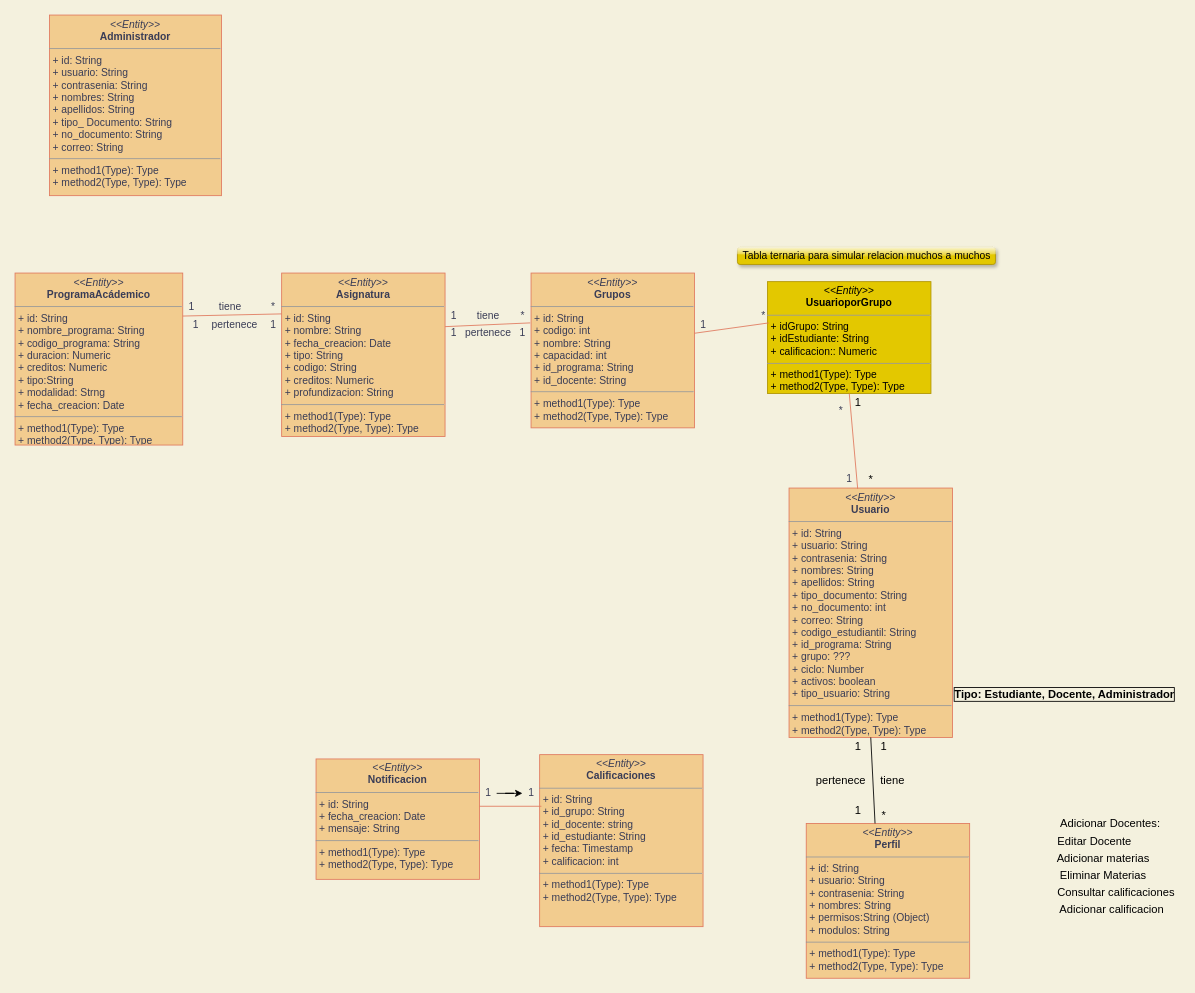
Above: Diagramas/Clases mejorado.drawio in williamvargas7/Ciclo4Personal (draw.io), before the change. Source tidied: cells renumbered, new cells numbered last; positions are measured from the earlier drawing's top-left corner, leaving out a move shared by most shapes. Both pictures are drawn from the tidied source at 86%, with x=0, y=0 at pixel (15, 15).
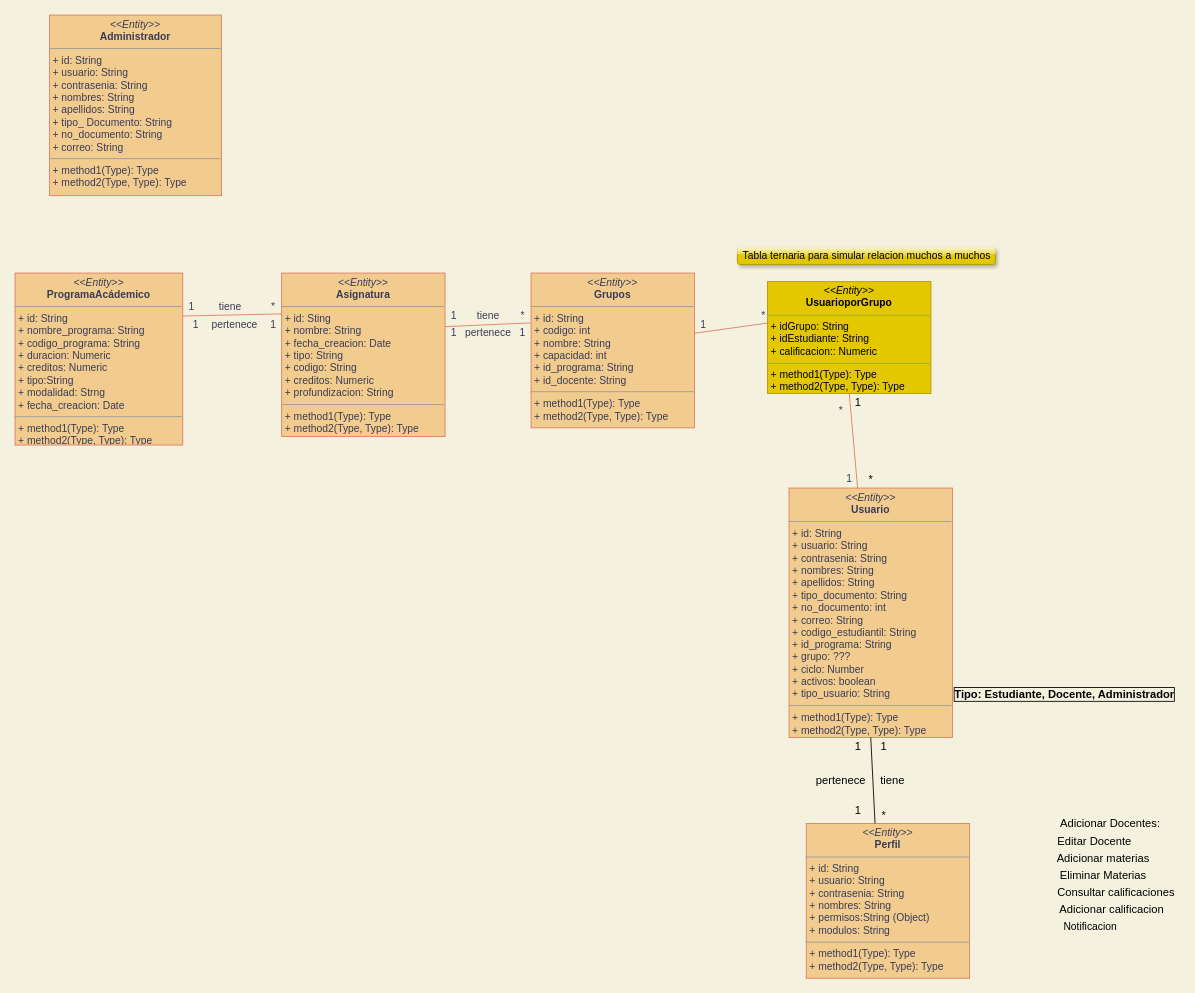
Above is the later version.

Commit message:
Frontend Edufree

Change to the diagram source:
```diff
@@
-    <mxCell id="7" value="&lt;p style=&quot;margin: 0px ; margin-top: 4px ; text-align: center&quot;&gt;&lt;i&gt;&amp;lt;&amp;lt;&lt;/i&gt;&lt;i&gt;Entity&lt;/i&gt;&lt;i&gt;&amp;gt;&amp;gt;&lt;/i&gt;&lt;br&gt;&lt;b&gt;Calificaciones&lt;/b&gt;&lt;/p&gt;&lt;hr size=&quot;1&quot;&gt;&lt;p style=&quot;margin: 0px ; margin-left: 4px&quot;&gt;&lt;span style=&quot;text-align: center&quot;&gt;+ id: String&lt;/span&gt;&lt;br style=&quot;text-align: center&quot;&gt;&lt;span style=&quot;text-align: center&quot;&gt;+ id_grupo: String&lt;/span&gt;&lt;br style=&quot;text-align: center&quot;&gt;&lt;span style=&quot;text-align: center&quot;&gt;+ id_docente: string&lt;/span&gt;&lt;br style=&quot;text-align: center&quot;&gt;&lt;span style=&quot;text-align: center&quot;&gt;+ id_estudiante: String&lt;/span&gt;&lt;br style=&quot;text-align: center&quot;&gt;&lt;span style=&quot;text-align: center&quot;&gt;+ fecha: Timestamp&lt;/span&gt;&lt;br style=&quot;text-align: center&quot;&gt;&lt;span style=&quot;text-align: center&quot;&gt;+ calificacion: int&lt;/span&gt;&lt;br&gt;&lt;/p&gt;&lt;hr size=&quot;1&quot;&gt;&lt;p style=&quot;margin: 0px ; margin-left: 4px&quot;&gt;+ method1(Type): Type&lt;br&gt;+ method2(Type, Type): Type&lt;/p&gt;" style="verticalAlign=top;align=left;overflow=fill;fontSize=12;fontFamily=Helvetica;html=1;fillColor=#F2CC8F;strokeColor=#E07A5F;fontColor=#393C56;" parent="1" vertex="1">
-      <mxGeometry x="610" y="860" width="190" height="200" as="geometry" />
-    </mxCell>
-    <mxCell id="8" value="&lt;p style=&quot;margin: 0px ; margin-top: 4px ; text-align: center&quot;&gt;&lt;i&gt;&amp;lt;&amp;lt;Entity&amp;gt;&amp;gt;&lt;/i&gt;&lt;br&gt;&lt;b&gt;Notificacion&lt;/b&gt;&lt;/p&gt;&lt;hr size=&quot;1&quot;&gt;&lt;p style=&quot;margin: 0px ; margin-left: 4px&quot;&gt;+ id: String&lt;br&gt;+ fecha_creacion: Date&lt;/p&gt;&lt;p style=&quot;margin: 0px ; margin-left: 4px&quot;&gt;+ mensaje: String&lt;/p&gt;&lt;hr size=&quot;1&quot;&gt;&lt;p style=&quot;margin: 0px ; margin-left: 4px&quot;&gt;+ method1(Type): Type&lt;br&gt;+ method2(Type, Type): Type&lt;/p&gt;" style="verticalAlign=top;align=left;overflow=fill;fontSize=12;fontFamily=Helvetica;html=1;fillColor=#F2CC8F;strokeColor=#E07A5F;fontColor=#393C56;" parent="1" vertex="1">
-      <mxGeometry x="350" y="865" width="190" height="140" as="geometry" />
-    </mxCell>
@@
-    <mxCell id="32" style="endArrow=none;html=1;entryX=0.011;entryY=0.3;entryDx=0;entryDy=0;entryPerimeter=0;exitX=1;exitY=0.393;exitDx=0;exitDy=0;exitPerimeter=0;labelBackgroundColor=#F4F1DE;strokeColor=#E07A5F;fontColor=#393C56;" parent="1" edge="1" source="8" target="7">
-      <mxGeometry relative="1" as="geometry" />
-    </mxCell>
-    <mxCell id="33" value="1" style="text;html=1;align=center;verticalAlign=middle;points=[];strokeColor=none;fontColor=#393C56;" parent="1" vertex="1">
-      <mxGeometry x="590" y="895" width="20" height="20" as="geometry" />
-    </mxCell>
-    <mxCell id="34" style="edgeStyle=orthogonalEdgeStyle;rounded=0;jettySize=auto;html=1;fontSize=13;" parent="1" edge="1" source="35" target="33">
-      <mxGeometry relative="1" as="geometry" />
-    </mxCell>
-    <mxCell id="35" value="1" style="text;html=1;align=center;verticalAlign=middle;points=[];strokeColor=none;fontColor=#393C56;" parent="1" vertex="1">
-      <mxGeometry x="540" y="895" width="20" height="20" as="geometry" />
-    </mxCell>
@@
+    <mxCell id="52" value="&lt;font color=&quot;#000000&quot;&gt;Notificacion&lt;/font&gt;" style="text;html=1;align=center;verticalAlign=middle;strokeColor=none;" parent="1" vertex="1">
+      <mxGeometry x="1210" y="1050" width="80" height="20" as="geometry" />
+    </mxCell>
```
